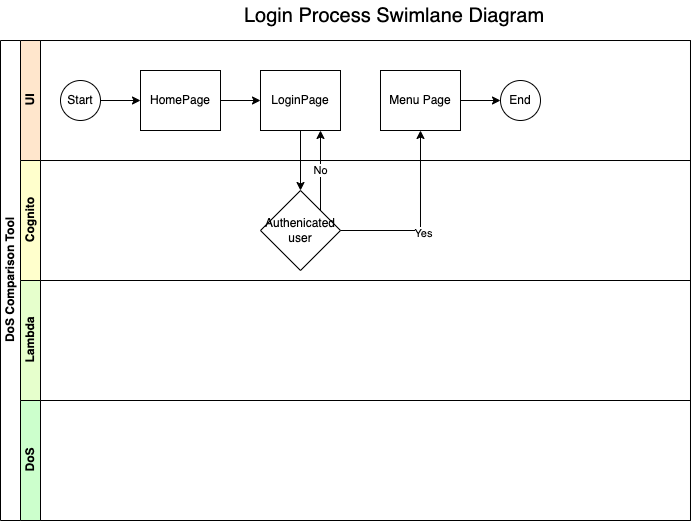
Earlier version of the draw.io export documentation/diagrams/processes/Login-Process.drawio.png (nhsd-exeter/dos-comparison-tool). Source tidied: cells renumbered, new cells last; positions are measured from the earlier drawing's top-left corner, leaving out a move shared by most shapes. Its diagram source:
```xml
<mxGraphModel background="#FFFFFF">
  <root>
    <mxCell id="0" />
    <mxCell id="1" parent="0" />
    <mxCell id="2" value="DoS Comparison Tool" style="swimlane;html=1;horizontal=0;startSize=20;" parent="1" vertex="1">
      <mxGeometry y="40" width="690" height="480" as="geometry" />
    </mxCell>
    <mxCell id="3" value="UI" style="swimlane;html=1;startSize=20;horizontal=0;fillColor=#FFE6CC;" parent="2" vertex="1">
      <mxGeometry x="20" width="670" height="120" as="geometry" />
    </mxCell>
    <mxCell id="4" style="edgeStyle=orthogonalEdgeStyle;rounded=0;jettySize=auto;html=1;" parent="3" edge="1" source="5" target="7">
      <mxGeometry relative="1" as="geometry" />
    </mxCell>
    <mxCell id="5" value="Start" style="ellipse;whiteSpace=wrap;html=1;" parent="3" vertex="1">
      <mxGeometry x="40" y="40" width="40" height="40" as="geometry" />
    </mxCell>
    <mxCell id="6" style="edgeStyle=none;html=1;" parent="3" edge="1" source="7" target="8">
      <mxGeometry relative="1" as="geometry" />
    </mxCell>
    <mxCell id="7" value="HomePage" style="rounded=0;whiteSpace=wrap;html=1;fontFamily=Helvetica;fontSize=12;fontColor=#000000;align=center;" parent="3" vertex="1">
      <mxGeometry x="120" y="30" width="80" height="60" as="geometry" />
    </mxCell>
    <mxCell id="8" value="LoginPage" style="rounded=0;whiteSpace=wrap;html=1;fontFamily=Helvetica;fontSize=12;fontColor=#000000;align=center;" parent="3" vertex="1">
      <mxGeometry x="240" y="30" width="80" height="60" as="geometry" />
    </mxCell>
    <mxCell id="9" style="edgeStyle=orthogonalEdgeStyle;rounded=0;html=1;fontSize=20;" parent="3" edge="1" source="10" target="11">
      <mxGeometry relative="1" as="geometry" />
    </mxCell>
    <mxCell id="10" value="Menu Page" style="rounded=0;whiteSpace=wrap;html=1;fontFamily=Helvetica;fontSize=12;fontColor=#000000;align=center;" parent="3" vertex="1">
      <mxGeometry x="360" y="30" width="80" height="60" as="geometry" />
    </mxCell>
    <mxCell id="11" value="End" style="ellipse;whiteSpace=wrap;html=1;" parent="3" vertex="1">
      <mxGeometry x="480" y="40" width="40" height="40" as="geometry" />
    </mxCell>
    <mxCell id="12" value="Cognito" style="swimlane;html=1;startSize=20;horizontal=0;fillColor=#FFFFCC;" parent="2" vertex="1">
      <mxGeometry x="20" y="120" width="670" height="120" as="geometry" />
    </mxCell>
    <mxCell id="13" value="&lt;span&gt;Authenicated user&lt;/span&gt;" style="rhombus;whiteSpace=wrap;html=1;" parent="12" vertex="1">
      <mxGeometry x="240" y="30" width="80" height="80" as="geometry" />
    </mxCell>
    <mxCell id="14" value="Lambda" style="swimlane;html=1;startSize=20;horizontal=0;fillColor=#E6FFCC;" parent="2" vertex="1">
      <mxGeometry x="20" y="240" width="670" height="120" as="geometry" />
    </mxCell>
    <mxCell id="15" value="DoS" style="swimlane;html=1;startSize=20;horizontal=0;fillColor=#CCFFCC;" parent="2" vertex="1">
      <mxGeometry x="20" y="360" width="670" height="120" as="geometry" />
    </mxCell>
    <mxCell id="16" style="edgeStyle=orthogonalEdgeStyle;html=1;rounded=0;" parent="2" edge="1" source="8" target="13">
      <mxGeometry relative="1" as="geometry" />
    </mxCell>
    <mxCell id="17" value="No" style="edgeStyle=orthogonalEdgeStyle;rounded=0;html=1;exitX=1;exitY=0;exitDx=0;exitDy=0;entryX=0.75;entryY=1;entryDx=0;entryDy=0;" parent="2" edge="1" source="13" target="8">
      <mxGeometry relative="1" as="geometry" />
    </mxCell>
    <mxCell id="18" style="edgeStyle=orthogonalEdgeStyle;rounded=0;html=1;entryX=0.5;entryY=1;entryDx=0;entryDy=0;" parent="2" edge="1" source="13" target="10">
      <mxGeometry relative="1" as="geometry" />
    </mxCell>
    <mxCell id="19" value="Yes" style="edgeLabel;html=1;align=center;verticalAlign=middle;" parent="18" vertex="1">
      <mxGeometry x="-0.11" y="-3" relative="1" as="geometry">
        <mxPoint x="-1" y="2" as="offset" />
      </mxGeometry>
    </mxCell>
    <mxCell id="20" value="Login Process Swimlane Diagram" style="text;html=1;strokeColor=none;fillColor=none;align=center;verticalAlign=middle;whiteSpace=wrap;rounded=0;fontSize=20;" parent="1" vertex="1">
      <mxGeometry x="239" width="310" height="30" as="geometry" />
    </mxCell>
  </root>
</mxGraphModel>
```
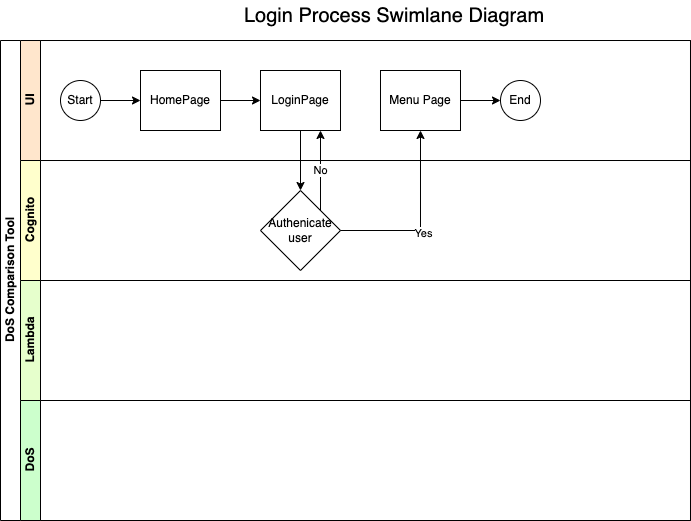
After the change.

Change to the diagram source:
```diff
@@ -35,7 +35,7 @@
     <mxCell id="12" value="Cognito" style="swimlane;html=1;startSize=20;horizontal=0;fillColor=#FFFFCC;" parent="2" vertex="1">
       <mxGeometry x="20" y="120" width="670" height="120" as="geometry" />
     </mxCell>
-    <mxCell id="13" value="&lt;span&gt;Authenicated user&lt;/span&gt;" style="rhombus;whiteSpace=wrap;html=1;" parent="12" vertex="1">
+    <mxCell id="13" value="&lt;span&gt;Authenicate user&lt;/span&gt;" style="rhombus;whiteSpace=wrap;html=1;" parent="12" vertex="1">
       <mxGeometry x="240" y="30" width="80" height="80" as="geometry" />
     </mxCell>
     <mxCell id="14" value="Lambda" style="swimlane;html=1;startSize=20;horizontal=0;fillColor=#E6FFCC;" parent="2" vertex="1">
```
